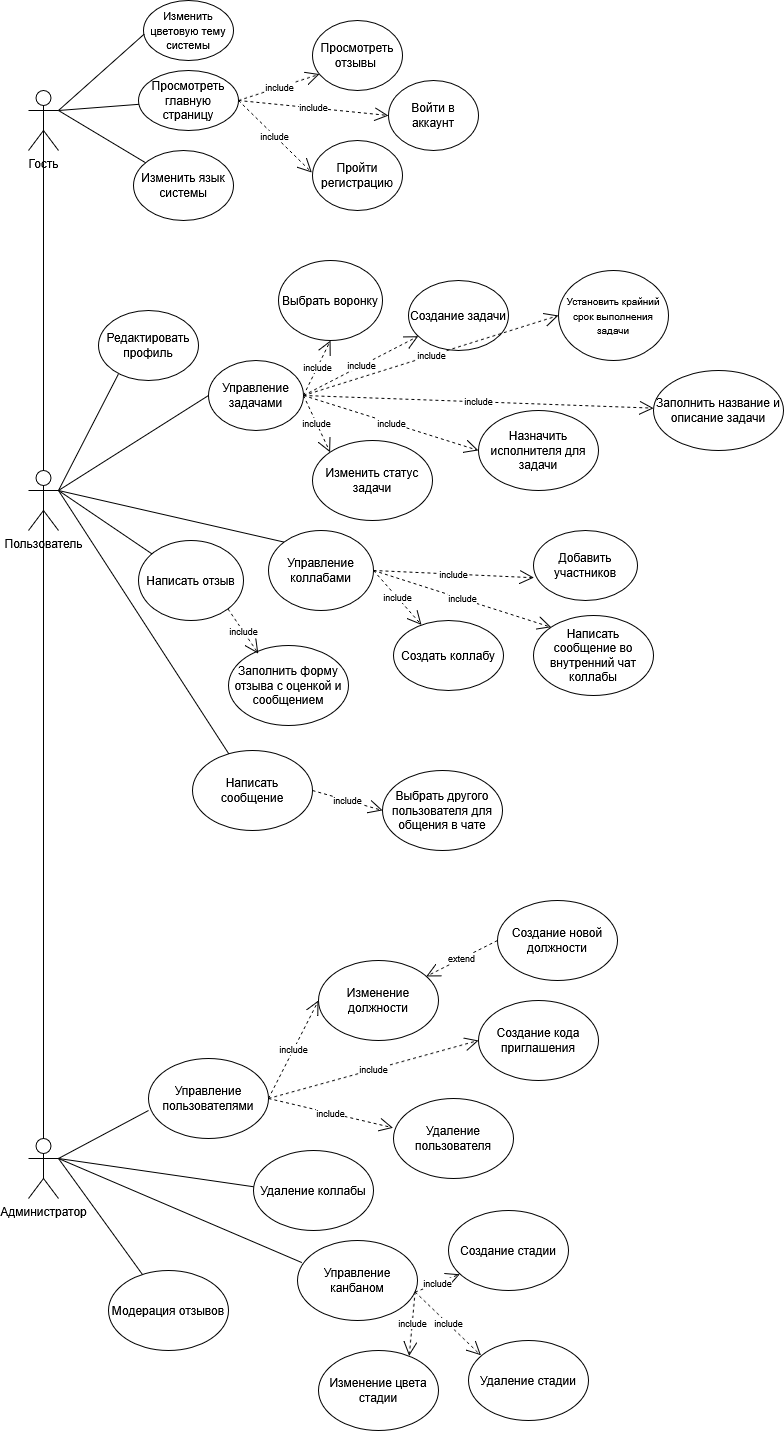
The draw.io diagram UseCase.drawio.png in AcidicAcidity/PAC, before a commit. Source tidied: cells renumbered, new cells last; positions are measured from the earlier drawing's top-left corner, leaving out a move shared by most shapes.
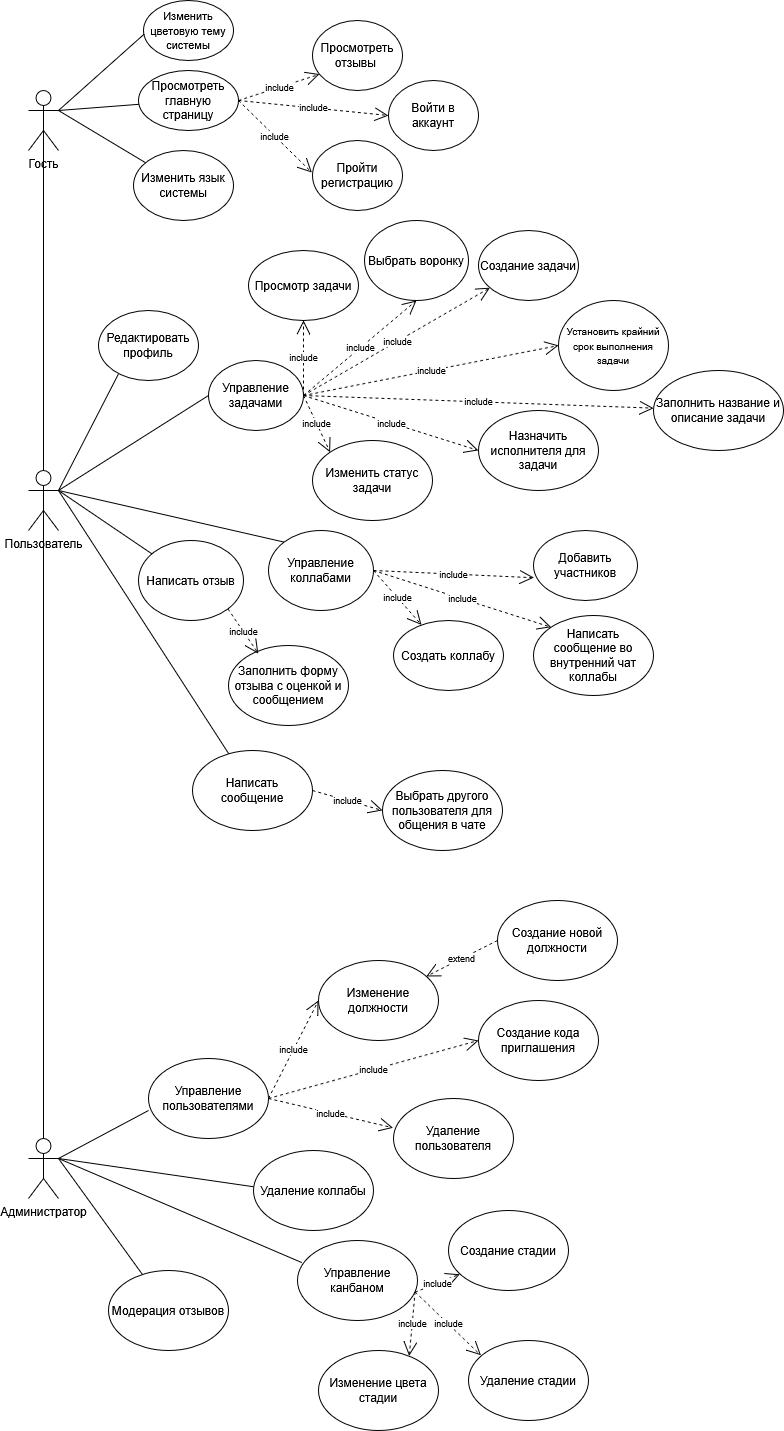
Above is the later version.

Diff of the diagram source:
```diff
@@ -58,7 +58,7 @@
       <mxGeometry relative="1" as="geometry" />
     </mxCell>
     <mxCell id="19" value="Создание задачи" style="ellipse;whiteSpace=wrap;html=1;" parent="1" vertex="1">
-      <mxGeometry x="380" y="280" width="100" height="70" as="geometry" />
+      <mxGeometry x="450" y="230" width="100" height="70" as="geometry" />
     </mxCell>
     <mxCell id="20" value="Заполнить название и описание задачи" style="ellipse;whiteSpace=wrap;html=1;" parent="1" vertex="1">
       <mxGeometry x="625" y="370" width="130" height="80" as="geometry" />
@@ -67,7 +67,7 @@
       <mxGeometry relative="1" as="geometry" />
     </mxCell>
     <mxCell id="22" value="&lt;font style=&quot;font-size: 10px;&quot;&gt;Установить крайний срок выполнения задачи&lt;/font&gt;" style="ellipse;whiteSpace=wrap;html=1;" parent="1" vertex="1">
-      <mxGeometry x="530" y="270" width="110" height="90" as="geometry" />
+      <mxGeometry x="530" y="300" width="110" height="90" as="geometry" />
     </mxCell>
     <mxCell id="23" value="include" style="endArrow=open;endSize=12;dashed=1;html=1;rounded=0;exitX=1;exitY=0.5;exitDx=0;exitDy=0;fontSize=9;entryX=0;entryY=0.5;entryDx=0;entryDy=0;" parent="1" edge="1" source="17" target="22">
       <mxGeometry relative="1" as="geometry" />
@@ -100,7 +100,7 @@
       <mxGeometry x="505" y="530" width="104" height="70" as="geometry" />
     </mxCell>
     <mxCell id="33" value="Выбрать воронку" style="ellipse;whiteSpace=wrap;html=1;" parent="1" vertex="1">
-      <mxGeometry x="250" y="260" width="104" height="80" as="geometry" />
+      <mxGeometry x="336" y="220" width="104" height="80" as="geometry" />
     </mxCell>
     <mxCell id="34" value="include" style="endArrow=open;endSize=12;dashed=1;html=1;rounded=0;exitX=1;exitY=0.5;exitDx=0;exitDy=0;entryX=0.5;entryY=1;entryDx=0;entryDy=0;fontSize=9;" parent="1" edge="1" source="17" target="33">
       <mxGeometry relative="1" as="geometry" />
@@ -221,5 +221,11 @@
     <mxCell id="72" value="include" style="endArrow=open;endSize=12;dashed=1;html=1;rounded=0;entryX=0.094;entryY=0.796;entryDx=0;entryDy=0;entryPerimeter=0;fontSize=9;exitX=0.979;exitY=0.647;exitDx=0;exitDy=0;exitPerimeter=0;" parent="1" edge="1" source="62" target="63">
       <mxGeometry relative="1" as="geometry" />
     </mxCell>
+    <mxCell id="73" value="Просмотр задачи" style="ellipse;whiteSpace=wrap;html=1;" parent="1" vertex="1">
+      <mxGeometry x="220" y="250" width="110" height="70" as="geometry" />
+    </mxCell>
+    <mxCell id="74" value="include" style="endArrow=open;endSize=12;dashed=1;html=1;rounded=0;exitX=1;exitY=0.5;exitDx=0;exitDy=0;entryX=0.5;entryY=1;entryDx=0;entryDy=0;fontSize=9;" parent="1" edge="1" source="17" target="73">
+      <mxGeometry relative="1" as="geometry" />
+    </mxCell>
   </root>
 </mxGraphModel>
```
